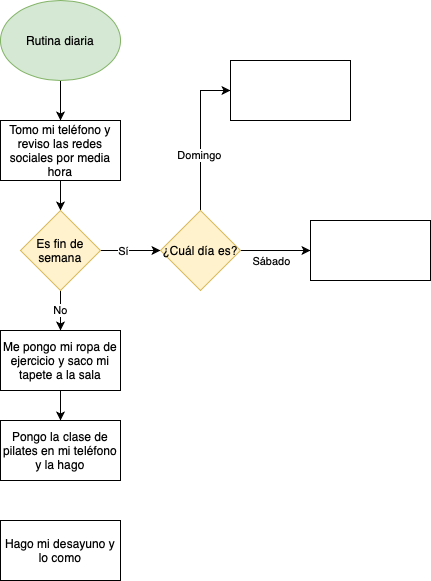
missphoneme/ejercicios-kodemia keeps this draw.io diagram as Rutina diaria.png. Above is the earlier version. Source tidied: cells renumbered, new cells last; positions are measured from the earlier drawing's top-left corner, leaving out a move shared by most shapes.
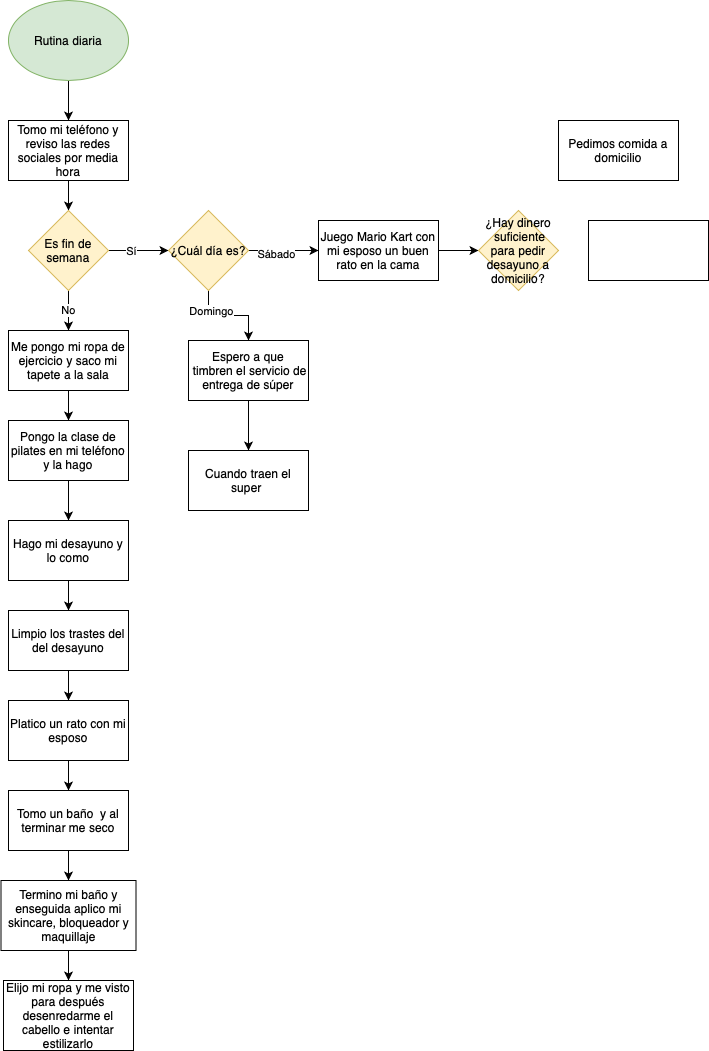
The same file after the commit.

Diff of the diagram source:
```diff
@@ -32,34 +32,83 @@
     <mxCell id="11" value="Me pongo mi ropa de ejercicio y saco mi tapete a la sala" style="rounded=0;whiteSpace=wrap;html=1;" parent="1" vertex="1">
       <mxGeometry y="330" width="120" height="60" as="geometry" />
     </mxCell>
+    <mxCell id="14" style="edgeStyle=orthogonalEdgeStyle;rounded=0;jettySize=auto;html=1;entryX=0.5;entryY=0;entryDx=0;entryDy=0;" parent="1" edge="1" source="16" target="18">
+      <mxGeometry relative="1" as="geometry" />
+    </mxCell>
+    <mxCell id="13" value="Domingo" style="edgeLabel;html=1;align=center;verticalAlign=middle;" parent="14" vertex="1">
+      <mxGeometry x="-0.56" y="2" relative="1" as="geometry" />
+    </mxCell>
     <mxCell id="12" style="edgeStyle=orthogonalEdgeStyle;rounded=0;jettySize=auto;html=1;entryX=0;entryY=0.5;entryDx=0;entryDy=0;" parent="1" edge="1" source="16" target="17">
       <mxGeometry relative="1" as="geometry" />
     </mxCell>
-    <mxCell id="13" value="Domingo" style="edgeLabel;html=1;align=center;verticalAlign=middle;" parent="12" vertex="1">
-      <mxGeometry x="-0.25" y="2" relative="1" as="geometry" />
-    </mxCell>
-    <mxCell id="14" style="edgeStyle=orthogonalEdgeStyle;rounded=0;jettySize=auto;html=1;entryX=0;entryY=0.5;entryDx=0;entryDy=0;" parent="1" edge="1" source="16" target="18">
-      <mxGeometry relative="1" as="geometry" />
-    </mxCell>
-    <mxCell id="15" value="Sábado" style="edgeLabel;html=1;align=center;verticalAlign=middle;" parent="14" vertex="1">
-      <mxGeometry x="-0.8" y="2" relative="1" as="geometry">
-        <mxPoint x="23" y="12" as="offset" />
-      </mxGeometry>
+    <mxCell id="15" value="Sábado" style="edgeLabel;html=1;align=center;verticalAlign=middle;" parent="12" vertex="1">
+      <mxGeometry x="-0.24" y="-3" relative="1" as="geometry" />
     </mxCell>
     <mxCell id="16" value="¿Cuál día es?" style="rhombus;whiteSpace=wrap;html=1;fillColor=#fff2cc;strokeColor=#d6b656;" parent="1" vertex="1">
       <mxGeometry x="160" y="210" width="80" height="80" as="geometry" />
     </mxCell>
+    <mxCell id="21" style="edgeStyle=orthogonalEdgeStyle;rounded=0;jettySize=auto;html=1;entryX=0;entryY=0.5;entryDx=0;entryDy=0;" parent="1" edge="1" source="17" target="35">
+      <mxGeometry relative="1" as="geometry" />
+    </mxCell>
-    <mxCell id="17" style="rounded=0;whiteSpace=wrap;html=1;" parent="1" vertex="1">
-      <mxGeometry x="230" y="60" width="120" height="60" as="geometry" />
+    <mxCell id="17" value="Juego Mario Kart con mi esposo un buen rato en la cama" style="rounded=0;whiteSpace=wrap;html=1;" parent="1" vertex="1">
+      <mxGeometry x="310" y="220" width="120" height="60" as="geometry" />
     </mxCell>
+    <mxCell id="22" style="edgeStyle=orthogonalEdgeStyle;rounded=0;jettySize=auto;html=1;entryX=0.5;entryY=0;entryDx=0;entryDy=0;" parent="1" edge="1" source="18" target="33">
+      <mxGeometry relative="1" as="geometry" />
+    </mxCell>
-    <mxCell id="18" style="rounded=0;whiteSpace=wrap;html=1;" parent="1" vertex="1">
-      <mxGeometry x="310" y="220" width="120" height="60" as="geometry" />
+    <mxCell id="18" value="Espero a que &amp;nbsp;timbren el servicio de entrega de súper" style="rounded=0;whiteSpace=wrap;html=1;" parent="1" vertex="1">
+      <mxGeometry x="180" y="340" width="120" height="60" as="geometry" />
     </mxCell>
+    <mxCell id="23" style="edgeStyle=orthogonalEdgeStyle;rounded=0;jettySize=auto;html=1;" parent="1" edge="1" source="19" target="20">
+      <mxGeometry relative="1" as="geometry" />
+    </mxCell>
     <mxCell id="19" value="Pongo la clase de pilates en mi teléfono y la hago" style="rounded=0;whiteSpace=wrap;html=1;" parent="1" vertex="1">
       <mxGeometry y="420" width="120" height="60" as="geometry" />
     </mxCell>
+    <mxCell id="24" style="edgeStyle=orthogonalEdgeStyle;rounded=0;jettySize=auto;html=1;" parent="1" edge="1" source="20" target="26">
+      <mxGeometry relative="1" as="geometry" />
+    </mxCell>
     <mxCell id="20" value="Hago mi desayuno y lo como" style="rounded=0;whiteSpace=wrap;html=1;" parent="1" vertex="1">
       <mxGeometry y="520" width="120" height="60" as="geometry" />
     </mxCell>
+    <mxCell id="25" style="edgeStyle=orthogonalEdgeStyle;rounded=0;jettySize=auto;html=1;entryX=0.5;entryY=0;entryDx=0;entryDy=0;" parent="1" edge="1" source="26" target="28">
+      <mxGeometry relative="1" as="geometry" />
+    </mxCell>
+    <mxCell id="26" value="Limpio los trastes del del desayuno" style="rounded=0;whiteSpace=wrap;html=1;" parent="1" vertex="1">
+      <mxGeometry y="610" width="120" height="60" as="geometry" />
+    </mxCell>
+    <mxCell id="27" style="edgeStyle=orthogonalEdgeStyle;rounded=0;jettySize=auto;html=1;" parent="1" edge="1" source="28" target="30">
+      <mxGeometry relative="1" as="geometry" />
+    </mxCell>
+    <mxCell id="28" value="Platico un rato con mi esposo" style="rounded=0;whiteSpace=wrap;html=1;" parent="1" vertex="1">
+      <mxGeometry y="700" width="120" height="60" as="geometry" />
+    </mxCell>
+    <mxCell id="29" style="edgeStyle=orthogonalEdgeStyle;rounded=0;jettySize=auto;html=1;entryX=0.5;entryY=0;entryDx=0;entryDy=0;" parent="1" edge="1" source="30" target="32">
+      <mxGeometry relative="1" as="geometry" />
+    </mxCell>
+    <mxCell id="30" value="Tomo un baño &amp;nbsp;y al terminar me seco" style="rounded=0;whiteSpace=wrap;html=1;" parent="1" vertex="1">
+      <mxGeometry y="790" width="120" height="60" as="geometry" />
+    </mxCell>
+    <mxCell id="31" style="edgeStyle=orthogonalEdgeStyle;rounded=0;jettySize=auto;html=1;" parent="1" edge="1" source="32" target="34">
+      <mxGeometry relative="1" as="geometry" />
+    </mxCell>
+    <mxCell id="32" value="Termino mi baño y enseguida aplico mi skincare, bloqueador y maquillaje" style="rounded=0;whiteSpace=wrap;html=1;" parent="1" vertex="1">
+      <mxGeometry x="-7.5" y="880" width="135" height="70" as="geometry" />
+    </mxCell>
+    <mxCell id="33" value="Cuando traen el super&amp;nbsp;" style="rounded=0;whiteSpace=wrap;html=1;" parent="1" vertex="1">
+      <mxGeometry x="180" y="450" width="120" height="60" as="geometry" />
+    </mxCell>
+    <mxCell id="34" value="Elijo mi ropa y me visto para después desenredarme el cabello e intentar estilizarlo" style="rounded=0;whiteSpace=wrap;html=1;" parent="1" vertex="1">
+      <mxGeometry x="-5" y="980" width="130" height="70" as="geometry" />
+    </mxCell>
+    <mxCell id="35" value="¿Hay dinero &amp;nbsp;suficiente para pedir desayuno a domicilio?" style="rhombus;whiteSpace=wrap;html=1;fillColor=#fff2cc;strokeColor=#d6b656;" parent="1" vertex="1">
+      <mxGeometry x="470" y="210" width="80" height="80" as="geometry" />
+    </mxCell>
+    <mxCell id="36" value="Pedimos comida a domicilio" style="rounded=0;whiteSpace=wrap;html=1;" parent="1" vertex="1">
+      <mxGeometry x="550" y="120" width="120" height="60" as="geometry" />
+    </mxCell>
+    <mxCell id="37" style="rounded=0;whiteSpace=wrap;html=1;" parent="1" vertex="1">
+      <mxGeometry x="580" y="220" width="120" height="60" as="geometry" />
+    </mxCell>
   </root>
 </mxGraphModel>
```
